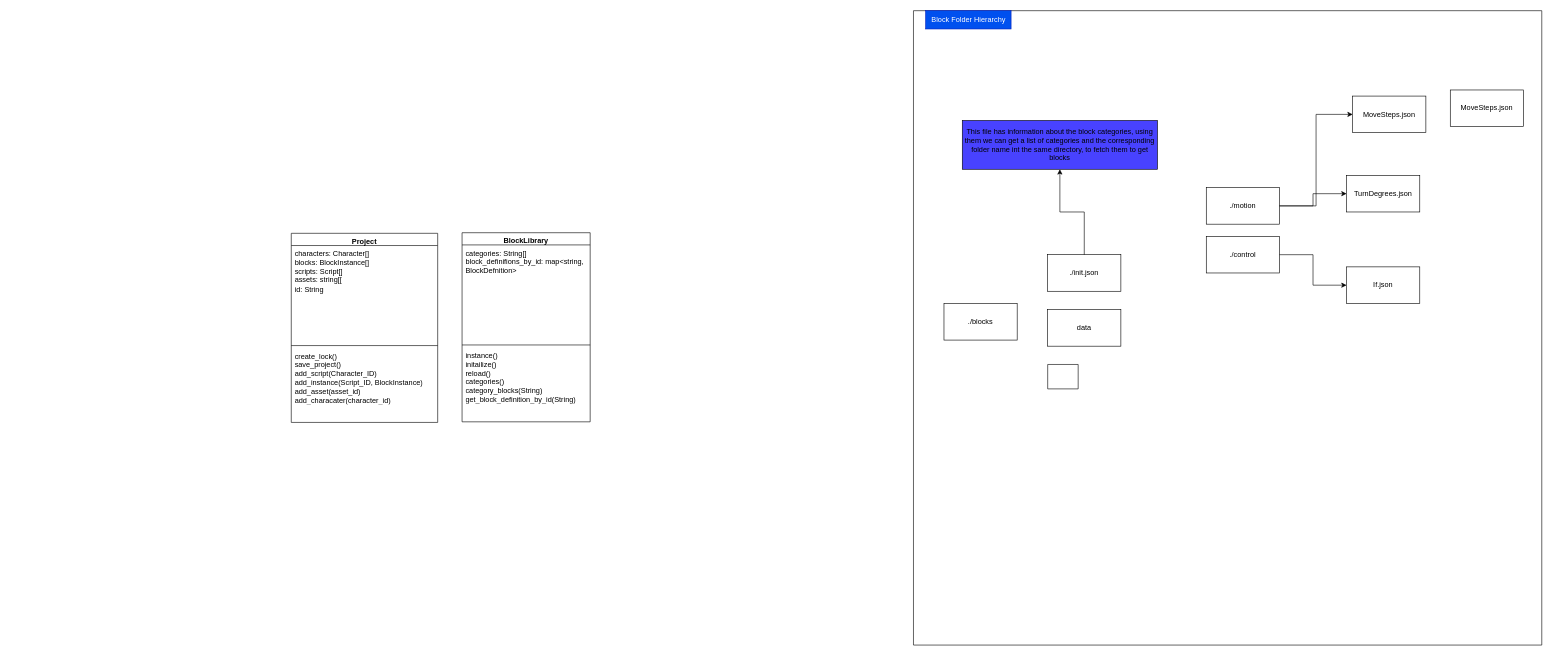
Earlier version of the draw.io diagram design/Model Layer.drawio (omardoescode/Crafty). Source tidied: cells renumbered, new cells numbered last; positions are measured from the earlier drawing's top-left corner, leaving out a move shared by most shapes. Both pictures are drawn from the tidied source at 61%, with x=0, y=0 at pixel (291, 10).
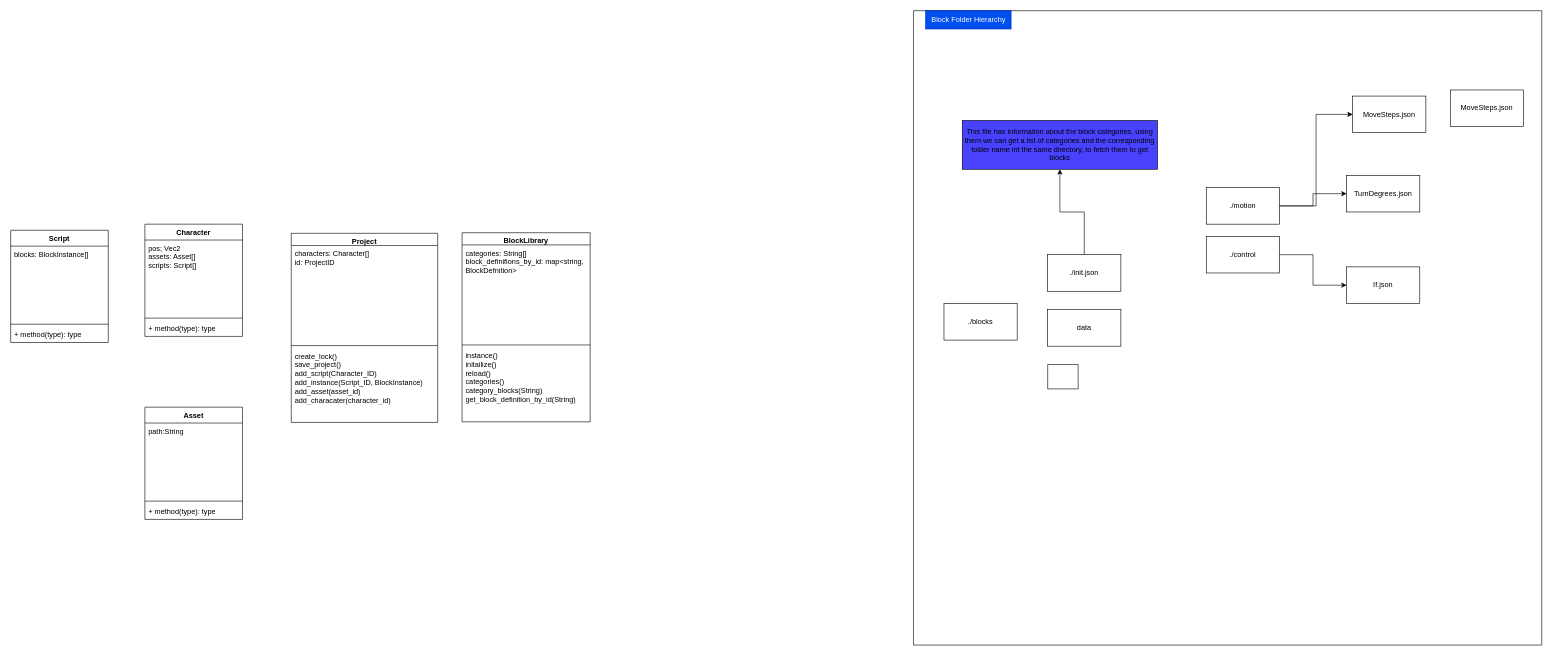
Above is the later version.

Commit message:
design: update the model layer UML design

The change refers to these unchanged cells:
```xml
<mxCell id="23" value="&lt;div&gt;Project&lt;/div&gt;" style="swimlane;fontStyle=1;align=center;verticalAlign=top;horizontal=1;startSize=20;whiteSpace=wrap;html=1;" parent="1" vertex="1">
  <mxGeometry y="365" width="240" height="310" as="geometry" />
</mxCell>
```

Change to the diagram source:
```diff
@@
-    <mxCell id="24" value="characters: Character[]&lt;div&gt;blocks: BlockInstance[]&lt;/div&gt;&lt;div&gt;scripts: Script[]&lt;/div&gt;&lt;div&gt;assets: string[[&lt;br&gt;id: String&lt;/div&gt;&lt;div&gt;&lt;br&gt;&lt;/div&gt;" style="text;strokeColor=none;fillColor=none;align=left;verticalAlign=top;spacingLeft=4;spacingRight=4;overflow=hidden;whiteSpace=wrap;html=1;" parent="23" vertex="1">
+    <mxCell id="24" value="characters: Character[]&lt;div&gt;id: ProjectID&lt;/div&gt;&lt;div&gt;&lt;br&gt;&lt;/div&gt;" style="text;strokeColor=none;fillColor=none;align=left;verticalAlign=top;spacingLeft=4;spacingRight=4;overflow=hidden;whiteSpace=wrap;html=1;" parent="23" vertex="1">
       <mxGeometry y="20" width="240" height="160" as="geometry" />
     </mxCell>
@@
+    <mxCell id="27" value="Character" style="swimlane;fontStyle=1;align=center;verticalAlign=top;horizontal=1;startSize=26;whiteSpace=wrap;html=1;" parent="1" vertex="1">
+      <mxGeometry x="-240" y="350" width="160" height="184" as="geometry" />
+    </mxCell>
+    <mxCell id="28" value="pos; Vec2&lt;div&gt;assets: Asset[]&lt;/div&gt;&lt;div&gt;scripts: Script[]&lt;/div&gt;" style="text;strokeColor=none;fillColor=none;align=left;verticalAlign=top;spacingLeft=4;spacingRight=4;overflow=hidden;whiteSpace=wrap;html=1;" parent="27" vertex="1">
+      <mxGeometry y="26" width="160" height="124" as="geometry" />
+    </mxCell>
+    <mxCell id="29" style="line;strokeWidth=1;fillColor=none;align=left;verticalAlign=middle;spacingTop=-1;spacingLeft=3;spacingRight=3;labelPosition=right;strokeColor=inherit;" parent="27" vertex="1">
+      <mxGeometry y="150" width="160" height="8" as="geometry" />
+    </mxCell>
+    <mxCell id="30" value="+ method(type): type" style="text;strokeColor=none;fillColor=none;align=left;verticalAlign=top;spacingLeft=4;spacingRight=4;overflow=hidden;whiteSpace=wrap;html=1;" parent="27" vertex="1">
+      <mxGeometry y="158" width="160" height="26" as="geometry" />
+    </mxCell>
+    <mxCell id="31" value="Script" style="swimlane;fontStyle=1;align=center;verticalAlign=top;horizontal=1;startSize=26;whiteSpace=wrap;html=1;" parent="1" vertex="1">
+      <mxGeometry x="-460" y="360" width="160" height="184" as="geometry" />
+    </mxCell>
+    <mxCell id="32" value="blocks: BlockInstance[]" style="text;strokeColor=none;fillColor=none;align=left;verticalAlign=top;spacingLeft=4;spacingRight=4;overflow=hidden;whiteSpace=wrap;html=1;" parent="31" vertex="1">
+      <mxGeometry y="26" width="160" height="124" as="geometry" />
+    </mxCell>
+    <mxCell id="33" style="line;strokeWidth=1;fillColor=none;align=left;verticalAlign=middle;spacingTop=-1;spacingLeft=3;spacingRight=3;labelPosition=right;strokeColor=inherit;" parent="31" vertex="1">
+      <mxGeometry y="150" width="160" height="8" as="geometry" />
+    </mxCell>
+    <mxCell id="34" value="+ method(type): type" style="text;strokeColor=none;fillColor=none;align=left;verticalAlign=top;spacingLeft=4;spacingRight=4;overflow=hidden;whiteSpace=wrap;html=1;" parent="31" vertex="1">
+      <mxGeometry y="158" width="160" height="26" as="geometry" />
+    </mxCell>
+    <mxCell id="35" value="Asset" style="swimlane;fontStyle=1;align=center;verticalAlign=top;horizontal=1;startSize=26;whiteSpace=wrap;html=1;" parent="1" vertex="1">
+      <mxGeometry x="-240" y="650" width="160" height="184" as="geometry" />
+    </mxCell>
+    <mxCell id="36" value="path:String" style="text;strokeColor=none;fillColor=none;align=left;verticalAlign=top;spacingLeft=4;spacingRight=4;overflow=hidden;whiteSpace=wrap;html=1;" parent="35" vertex="1">
+      <mxGeometry y="26" width="160" height="124" as="geometry" />
+    </mxCell>
+    <mxCell id="37" style="line;strokeWidth=1;fillColor=none;align=left;verticalAlign=middle;spacingTop=-1;spacingLeft=3;spacingRight=3;labelPosition=right;strokeColor=inherit;" parent="35" vertex="1">
+      <mxGeometry y="150" width="160" height="8" as="geometry" />
+    </mxCell>
+    <mxCell id="38" value="+ method(type): type" style="text;strokeColor=none;fillColor=none;align=left;verticalAlign=top;spacingLeft=4;spacingRight=4;overflow=hidden;whiteSpace=wrap;html=1;" parent="35" vertex="1">
+      <mxGeometry y="158" width="160" height="26" as="geometry" />
+    </mxCell>
```
